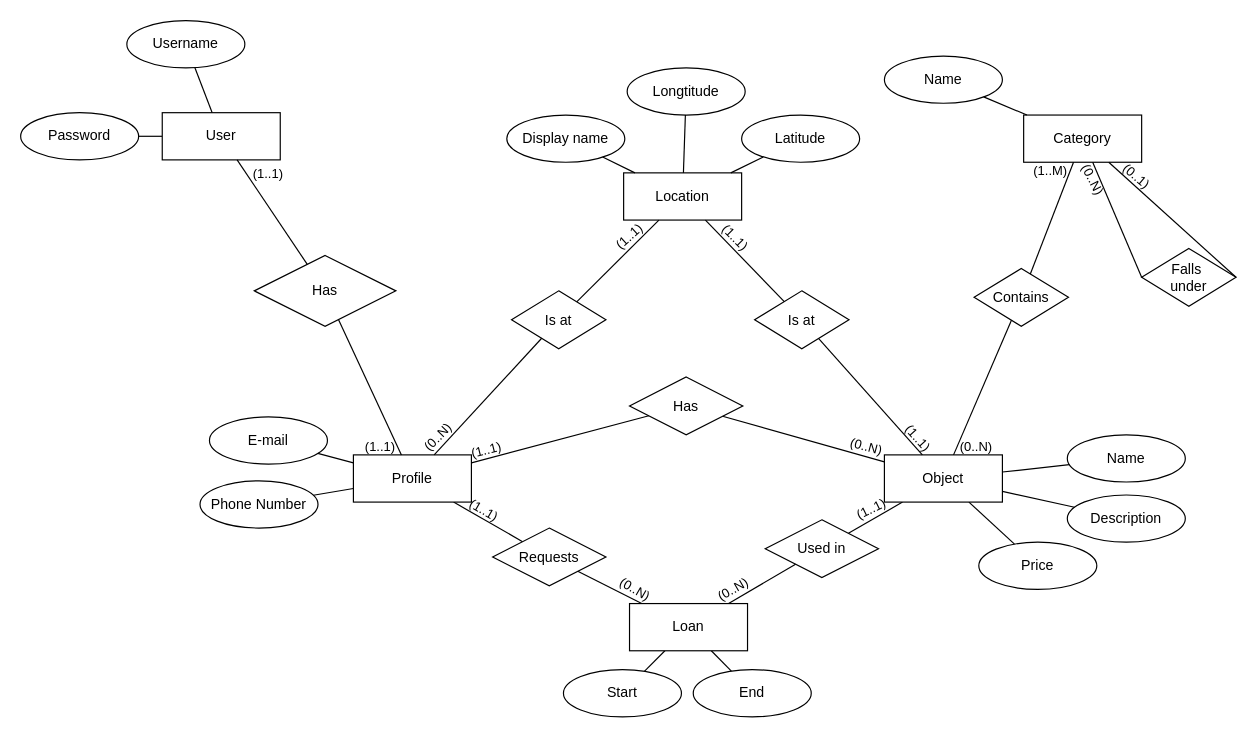
The draw.io diagram page "Conceptueel Model" (1 of 3) of analysis/Modellen.drawio in UCLL-Full-stack/project2425-group1-16, before the edit. Source tidied: cells renumbered, new cells numbered last; positions are measured from the earlier drawing's top-left corner, leaving out a move shared by most shapes. Both pictures are drawn from the tidied source at 118%, with x=0, y=0 at pixel (20, 20).
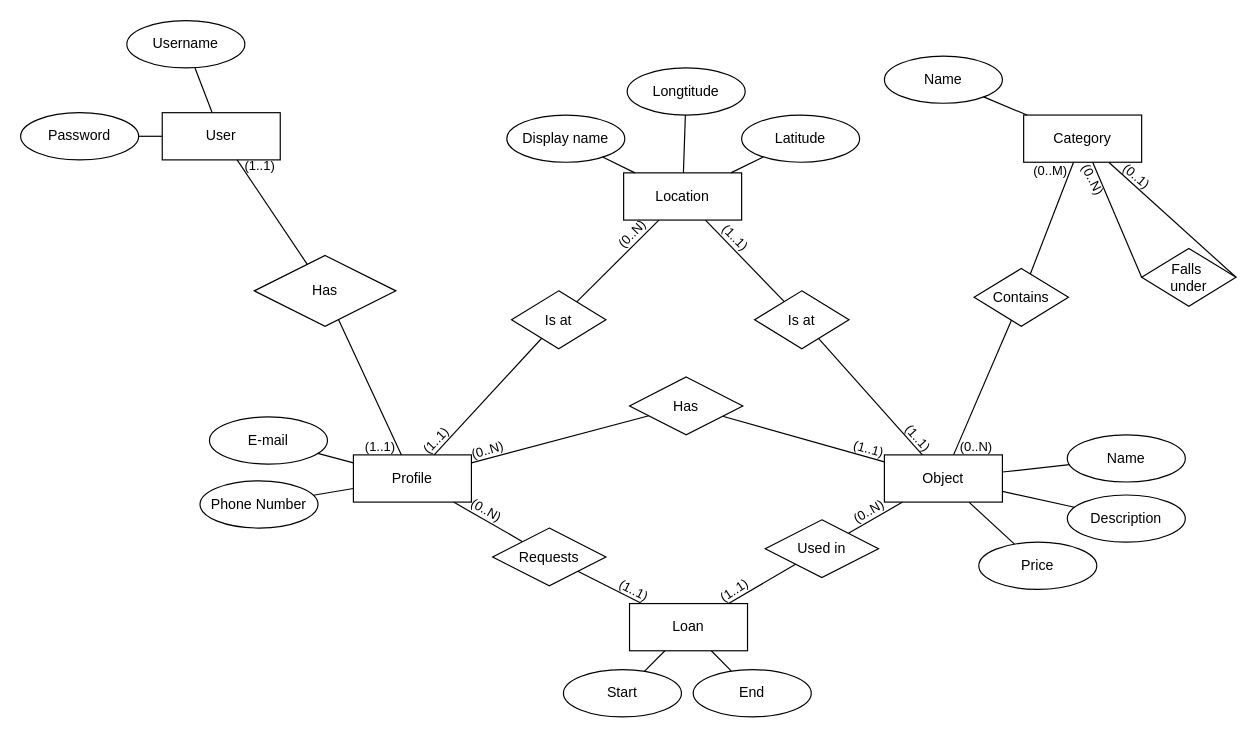
Above is the later version.

What changed in the source:
```diff
@@
-    <mxCell id="7" value="&lt;font style=&quot;font-size: 11px;&quot;&gt;(1..1)&lt;/font&gt;" style="text;html=1;align=center;verticalAlign=middle;whiteSpace=wrap;rounded=0;rotation=-14;" parent="1" vertex="1">
-      <mxGeometry x="385" y="354" width="20" height="20" as="geometry" />
+    <mxCell id="7" value="&lt;font style=&quot;font-size: 11px;&quot;&gt;(1..1)&lt;/font&gt;" style="text;html=1;align=center;verticalAlign=middle;whiteSpace=wrap;rounded=0;rotation=15;" parent="1" vertex="1">
+      <mxGeometry x="709" y="353" width="20" height="20" as="geometry" />
     </mxCell>
-    <mxCell id="8" value="&lt;font style=&quot;font-size: 11px;&quot;&gt;(0..N)&lt;/font&gt;" style="text;html=1;align=center;verticalAlign=middle;whiteSpace=wrap;rounded=0;rotation=15;" parent="1" vertex="1">
-      <mxGeometry x="707" y="351" width="20" height="20" as="geometry" />
+    <mxCell id="8" value="&lt;font style=&quot;font-size: 11px;&quot;&gt;(0..N)&lt;/font&gt;" style="text;html=1;align=center;verticalAlign=middle;whiteSpace=wrap;rounded=0;rotation=-16;" parent="1" vertex="1">
+      <mxGeometry x="386" y="354" width="20" height="20" as="geometry" />
     </mxCell>
     <mxCell id="9" value="&lt;font style=&quot;font-size: 11px;&quot;&gt;(0..N)&lt;/font&gt;" style="text;html=1;align=center;verticalAlign=middle;whiteSpace=wrap;rounded=0;rotation=30;" parent="1" vertex="1">
-      <mxGeometry x="511" y="472" width="20" height="20" as="geometry" />
+      <mxGeometry x="385" y="405" width="20" height="20" as="geometry" />
     </mxCell>
     <mxCell id="10" value="&lt;font style=&quot;font-size: 11px;&quot;&gt;(0..N)&lt;/font&gt;" style="text;html=1;align=center;verticalAlign=middle;whiteSpace=wrap;rounded=0;rotation=-30;" parent="1" vertex="1">
-      <mxGeometry x="594" y="472" width="20" height="20" as="geometry" />
+      <mxGeometry x="709" y="406" width="20" height="20" as="geometry" />
     </mxCell>
@@
     <mxCell id="35" value="&lt;font style=&quot;font-size: 11px;&quot;&gt;(1..1)&lt;/font&gt;" style="text;html=1;align=center;verticalAlign=middle;whiteSpace=wrap;rounded=0;rotation=0;" parent="1" vertex="1">
-      <mxGeometry x="200" y="120" width="20" height="20" as="geometry" />
+      <mxGeometry x="193" y="113" width="20" height="20" as="geometry" />
     </mxCell>
@@
     <mxCell id="44" value="&lt;font style=&quot;font-size: 11px;&quot;&gt;(0..N)&lt;/font&gt;" style="text;html=1;align=center;verticalAlign=middle;whiteSpace=wrap;rounded=0;rotation=-46;" parent="1" vertex="1">
-      <mxGeometry x="342.9" y="342.8" width="22" height="21" as="geometry" />
+      <mxGeometry x="507" y="170" width="22" height="21" as="geometry" />
     </mxCell>
-    <mxCell id="45" value="&lt;font style=&quot;font-size: 11px;&quot;&gt;(1..1)&lt;/font&gt;" style="text;html=1;align=center;verticalAlign=middle;whiteSpace=wrap;rounded=0;rotation=-42;" parent="1" vertex="1">
-      <mxGeometry x="506" y="173" width="20" height="20" as="geometry" />
+    <mxCell id="45" value="&lt;font style=&quot;font-size: 11px;&quot;&gt;(1..1)&lt;/font&gt;" style="text;html=1;align=center;verticalAlign=middle;whiteSpace=wrap;rounded=0;rotation=-46;" parent="1" vertex="1">
+      <mxGeometry x="342" y="345.8" width="20" height="20" as="geometry" />
     </mxCell>
@@
-    <mxCell id="67" value="&lt;font style=&quot;font-size: 11px;&quot;&gt;(1..1)&lt;/font&gt;" style="text;html=1;align=center;verticalAlign=middle;whiteSpace=wrap;rounded=0;rotation=30;" parent="1" vertex="1">
-      <mxGeometry x="383" y="405" width="20" height="20" as="geometry" />
+    <mxCell id="67" value="&lt;font style=&quot;font-size: 11px;&quot;&gt;(1..1)&lt;/font&gt;" style="text;html=1;align=center;verticalAlign=middle;whiteSpace=wrap;rounded=0;rotation=27;" parent="1" vertex="1">
+      <mxGeometry x="510" y="473" width="20" height="20" as="geometry" />
     </mxCell>
-    <mxCell id="68" value="&lt;font style=&quot;font-size: 11px;&quot;&gt;(1..1)&lt;/font&gt;" style="text;html=1;align=center;verticalAlign=middle;whiteSpace=wrap;rounded=0;rotation=-26;" parent="1" vertex="1">
-      <mxGeometry x="711" y="404" width="20" height="20" as="geometry" />
+    <mxCell id="68" value="&lt;font style=&quot;font-size: 11px;&quot;&gt;(1..1)&lt;/font&gt;" style="text;html=1;align=center;verticalAlign=middle;whiteSpace=wrap;rounded=0;rotation=-33;" parent="1" vertex="1">
+      <mxGeometry x="595" y="473" width="20" height="20" as="geometry" />
     </mxCell>
-    <mxCell id="69" value="&lt;font style=&quot;font-size: 11px;&quot;&gt;(1..M)&lt;/font&gt;" style="text;html=1;align=center;verticalAlign=middle;whiteSpace=wrap;rounded=0;rotation=0;" parent="1" vertex="1">
+    <mxCell id="69" value="&lt;font style=&quot;font-size: 11px;&quot;&gt;(0..M)&lt;/font&gt;" style="text;html=1;align=center;verticalAlign=middle;whiteSpace=wrap;rounded=0;rotation=0;" parent="1" vertex="1">
       <mxGeometry x="863" y="117" width="20" height="20" as="geometry" />
     </mxCell>
```
